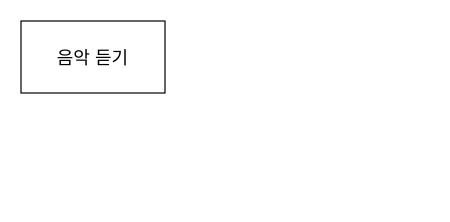
This is 제목 없는 다이어그램.drawio from tusbea/draw.io, a draw.io file, before an edit. Source tidied: cells renumbered, new cells numbered last; positions are measured from the earlier drawing's top-left corner, leaving out a move shared by most shapes. Both pictures are drawn from the tidied source at 120%, with x=0, y=0 at pixel (20, 20).
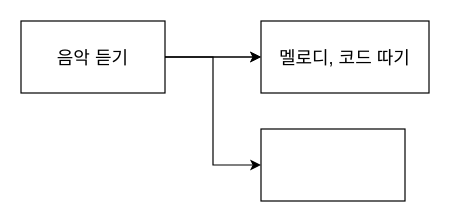
After the change.

Commit message (it also covers changes not shown here):
제목 없는 다이어그램.drawio 업데이트

Diff of the diagram source:
```diff
@@
 <mxGraphModel>
   <root>
     <mxCell id="0" />
     <mxCell id="1" parent="0" />
+    <mxCell id="3" style="edgeStyle=orthogonalEdgeStyle;rounded=0;jettySize=auto;html=1;fontSize=15;" parent="1" edge="1" source="2" target="6">
+      <mxGeometry relative="1" as="geometry" />
+    </mxCell>
+    <mxCell id="4" style="edgeStyle=orthogonalEdgeStyle;rounded=0;jettySize=auto;html=1;" parent="1" edge="1" source="2" target="6">
+      <mxGeometry relative="1" as="geometry" />
+    </mxCell>
+    <mxCell id="5" style="edgeStyle=orthogonalEdgeStyle;rounded=0;jettySize=auto;html=1;exitX=1;exitY=0.5;exitDx=0;exitDy=0;entryX=0;entryY=0.5;entryDx=0;entryDy=0;" parent="1" edge="1" source="2" target="7">
+      <mxGeometry relative="1" as="geometry" />
+    </mxCell>
-    <mxCell id="2" value="&lt;font style=&quot;font-size: 15px;&quot;&gt;음악 듣기&lt;/font&gt;" style="rounded=0;whiteSpace=wrap;html=1;" parent="1" vertex="1">
+    <mxCell id="2" value="&lt;font style=&quot;font-size: 15px;&quot;&gt;음악 듣기&lt;/font&gt;" style="rounded=0;whiteSpace=wrap;html=1;fontSize=15;" parent="1" vertex="1">
       <mxGeometry width="120" height="60" as="geometry" />
     </mxCell>
+    <mxCell id="6" value="멜로디, 코드 따기" style="whiteSpace=wrap;html=1;rounded=0;fontSize=15;" parent="1" vertex="1">
+      <mxGeometry x="200" width="140" height="60" as="geometry" />
+    </mxCell>
+    <mxCell id="7" style="rounded=0;whiteSpace=wrap;html=1;" parent="1" vertex="1">
+      <mxGeometry x="200" y="90" width="120" height="60" as="geometry" />
+    </mxCell>
   </root>
 </mxGraphModel>
```
